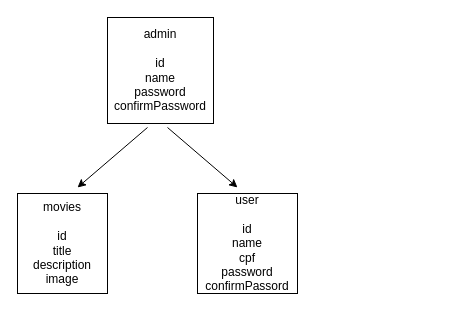
This is project.drawio from MateusSantiagoDev/netflix-backend, a draw.io file, before an edit. Source tidied: cells renumbered, new cells numbered last; positions are measured from the earlier drawing's top-left corner, leaving out a move shared by most shapes. Both pictures are drawn from the tidied source at 100%, with x=0, y=0 at pixel (17, 17).
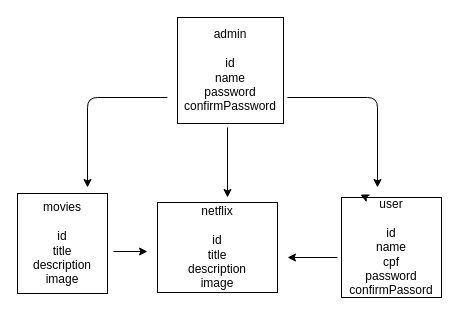
The same diagram, later.

Diff of the diagram source:
```diff
@@
 <mxGraphModel>
   <root>
     <mxCell id="0" />
     <mxCell id="1" parent="0" />
     <mxCell id="2" value="movies&lt;br&gt;&lt;br&gt;id&lt;br&gt;title&lt;br&gt;description&lt;br&gt;image" style="rounded=0;whiteSpace=wrap;html=1;" parent="1" vertex="1">
       <mxGeometry y="176" width="90" height="100" as="geometry" />
     </mxCell>
     <mxCell id="3" value="user&lt;br&gt;&lt;br&gt;id&lt;br&gt;name&lt;br&gt;cpf&lt;br&gt;password&lt;br&gt;confirmPassord&lt;br&gt;" style="rounded=0;whiteSpace=wrap;html=1;" parent="1" vertex="1">
-      <mxGeometry x="180" y="176" width="100" height="100" as="geometry" />
+      <mxGeometry x="324" y="180" width="100" height="100" as="geometry" />
     </mxCell>
     <mxCell id="4" value="admin&lt;br&gt;&lt;br&gt;id&lt;br&gt;name&lt;br&gt;password&lt;br&gt;confirmPassword" style="whiteSpace=wrap;html=1;" parent="1" vertex="1">
-      <mxGeometry x="90" width="106" height="106" as="geometry" />
+      <mxGeometry x="160" width="106" height="106" as="geometry" />
     </mxCell>
     <mxCell id="5" style="endArrow=classic;html=1;" parent="1" edge="1">
       <mxGeometry relative="1" as="geometry">
-        <mxPoint x="150" y="110" as="sourcePoint" />
-        <mxPoint x="220" y="170" as="targetPoint" />
+        <mxPoint x="270" y="80" as="sourcePoint" />
+        <mxPoint x="360" y="170" as="targetPoint" />
+        <Array as="points">
+          <mxPoint x="360" y="80" />
+        </Array>
       </mxGeometry>
     </mxCell>
     <mxCell id="6" style="endArrow=classic;html=1;" parent="1" edge="1">
       <mxGeometry relative="1" as="geometry">
-        <mxPoint x="130" y="110" as="sourcePoint" />
-        <mxPoint x="60" y="170" as="targetPoint" />
+        <mxPoint x="150" y="80" as="sourcePoint" />
+        <mxPoint x="70" y="170" as="targetPoint" />
+        <Array as="points">
+          <mxPoint x="70" y="80" />
+        </Array>
       </mxGeometry>
     </mxCell>
+    <mxCell id="7" style="edgeStyle=none;html=1;exitX=0.25;exitY=0;exitDx=0;exitDy=0;entryX=0.19;entryY=-0.03;entryDx=0;entryDy=0;entryPerimeter=0;" parent="1" edge="1" source="3" target="3">
+      <mxGeometry relative="1" as="geometry" />
+    </mxCell>
+    <mxCell id="8" value="netflix&lt;br&gt;&lt;br&gt;id&lt;br&gt;title&lt;br&gt;description&lt;br&gt;image&lt;br&gt;" style="rounded=0;whiteSpace=wrap;html=1;" parent="1" vertex="1">
+      <mxGeometry x="140" y="185" width="120" height="90" as="geometry" />
+    </mxCell>
+    <mxCell id="9" style="endArrow=classic;html=1;" parent="1" edge="1">
+      <mxGeometry relative="1" as="geometry">
+        <mxPoint x="210" y="110" as="sourcePoint" />
+        <mxPoint x="210" y="180" as="targetPoint" />
+      </mxGeometry>
+    </mxCell>
+    <mxCell id="10" style="endArrow=classic;html=1;" parent="1" edge="1">
+      <mxGeometry relative="1" as="geometry">
+        <mxPoint x="320" y="240" as="sourcePoint" />
+        <mxPoint x="270" y="240" as="targetPoint" />
+      </mxGeometry>
+    </mxCell>
+    <mxCell id="11" style="endArrow=classic;html=1;exitX=1.067;exitY=0.58;exitDx=0;exitDy=0;exitPerimeter=0;" parent="1" edge="1" source="2">
+      <mxGeometry relative="1" as="geometry">
+        <mxPoint x="130" y="234" as="targetPoint" />
+      </mxGeometry>
+    </mxCell>
   </root>
 </mxGraphModel>
```
